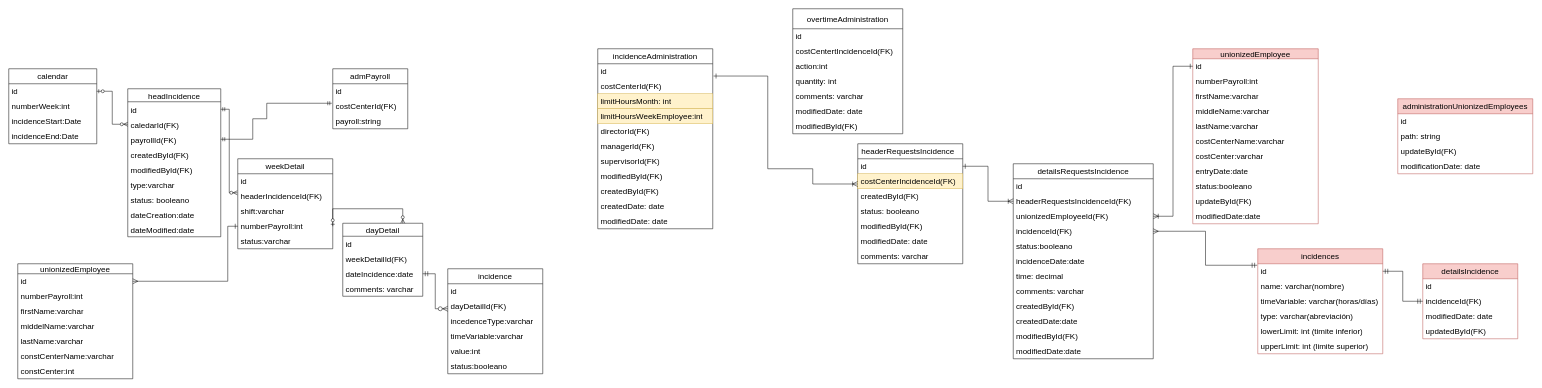
The draw.io diagram page "Page-RelationalDiagram" (1 of 2) of Untitled Diagram.drawio in SocorroGC30/prueba3, before the edit. Source tidied: cells renumbered, new cells numbered last; positions are measured from the earlier drawing's top-left corner, leaving out a move shared by most shapes. Both pictures are drawn from the tidied source at 50%, with x=0, y=0 at pixel (8, 8).
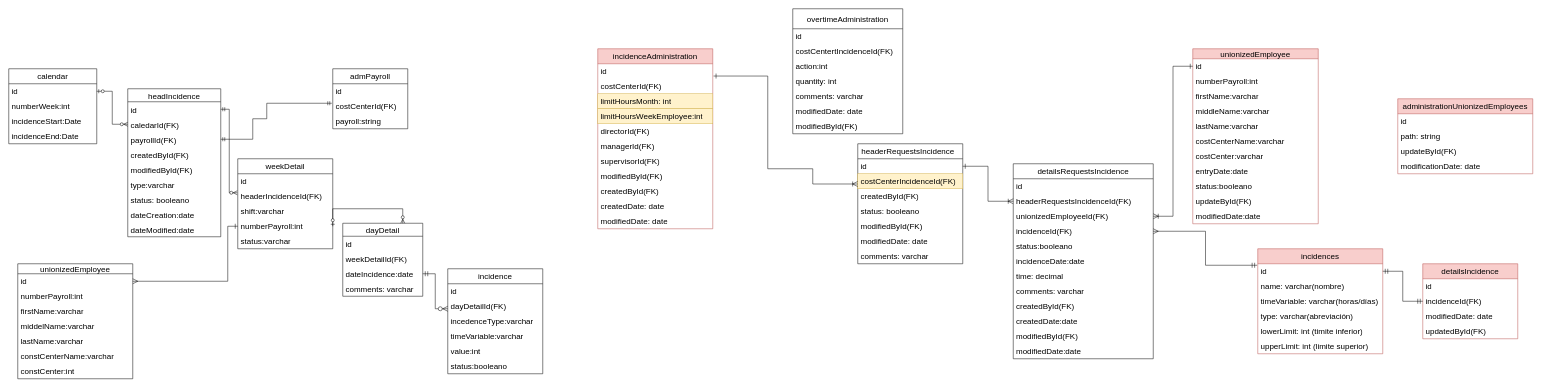
The same page after the edit.

Change to the diagram source:
```diff
@@
-    <mxCell id="52" value="incidenceAdministration" style="swimlane;fontStyle=0;horizontal=1;startSize=30;whiteSpace=wrap;html=1;fontSize=16;rounded=0;" parent="1" vertex="1">
+    <mxCell id="52" value="incidenceAdministration" style="swimlane;fontStyle=0;horizontal=1;startSize=30;whiteSpace=wrap;html=1;fontSize=16;rounded=0;fillColor=#f8cecc;strokeColor=#b85450;" parent="1" vertex="1">
       <mxGeometry x="1178" y="80" width="230" height="360" as="geometry" />
     </mxCell>
```
